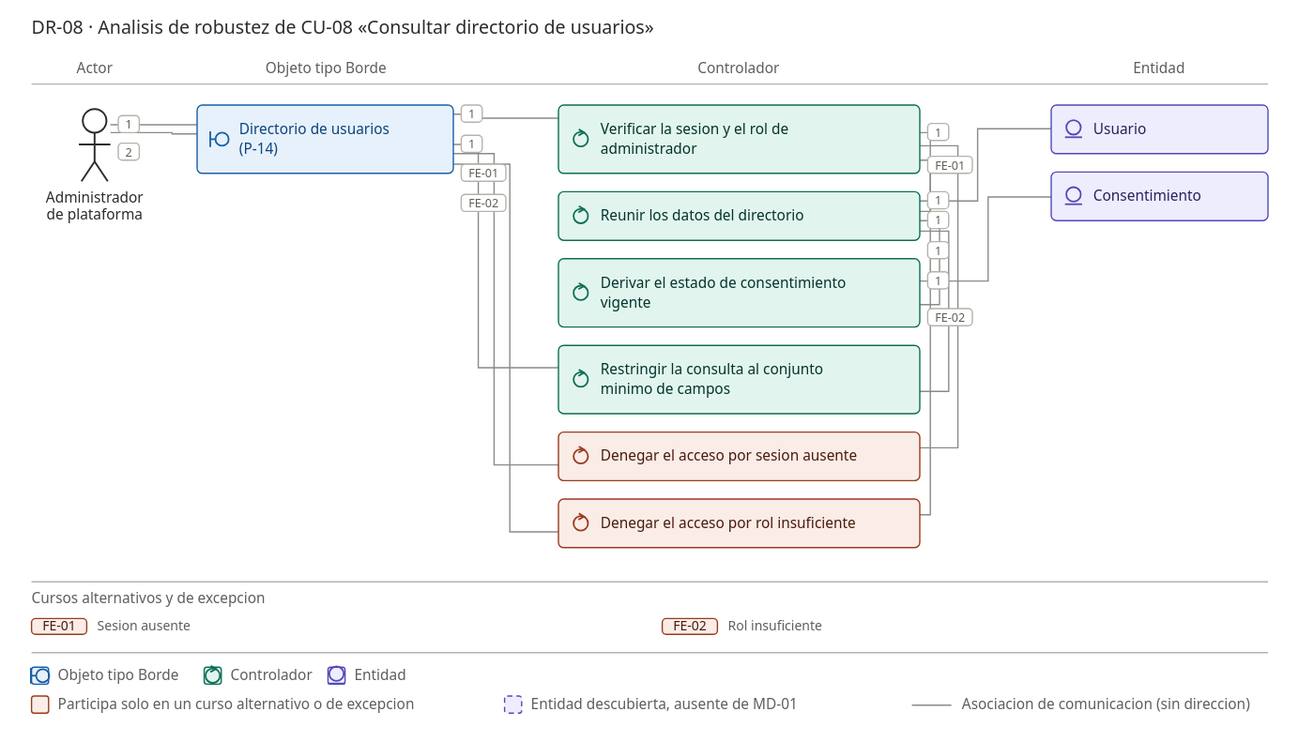
Before: docs/07_casos_uso/robustez/DR-08_robustez_consultar_directorio.svg, a diagram exported from PlantUML (jonatan8254/alan-aura-academico). Its source is kept beside it as docs/07_casos_uso/robustez/DR-08_robustez_consultar_directorio.puml. Source of this version:
```plantuml
@startuml
left to right direction
skinparam linetype ortho
skinparam shadowing false

actor "Administrador de plataforma" as ACT_Administrador

boundary "Directorio de usuarios (P-14)" as B_DirectorioDeUsuarios

control "Verificar la sesion y el rol de administrador" as C_VerificarSesionYRol
control "Reunir los datos del directorio" as C_ReunirDatosDelDirectorio
control "Derivar el estado de consentimiento vigente" as C_DerivarEstadoConsentimiento
control "Restringir la consulta al conjunto minimo de campos" as C_RestringirAlConjuntoMinimo
control "Denegar el acceso por sesion ausente" as C_DenegarPorSesionAusente #LightCoral
control "Denegar el acceso por rol insuficiente" as C_DenegarPorRol #LightCoral

entity "Usuario" as E_Usuario
entity "Consentimiento" as E_Consentimiento

ACT_Administrador -- B_DirectorioDeUsuarios : 1 abre la vista de directorio en el panel administrativo
ACT_Administrador -- B_DirectorioDeUsuarios : 2 revisa la lista del directorio
B_DirectorioDeUsuarios -- C_VerificarSesionYRol : 1 solicita el directorio
C_VerificarSesionYRol -- C_ReunirDatosDelDirectorio : 1 sesion con rol de administrador validado en servidor
C_ReunirDatosDelDirectorio -- E_Usuario : 1 lee alias, identificador truncado, fecha de registro y onboarding
C_ReunirDatosDelDirectorio -- C_DerivarEstadoConsentimiento : 1 calcula activo o sin consentimiento vigente
C_DerivarEstadoConsentimiento -- E_Consentimiento : 1 deriva el estado del registro de consentimiento
C_ReunirDatosDelDirectorio -- C_RestringirAlConjuntoMinimo : 1 aplica el conjunto minimo de RN-03.2
C_RestringirAlConjuntoMinimo -- B_DirectorioDeUsuarios : 1 muestra el directorio minimo y excluye username completo, encuesta, capsula, mensajes y personaje
C_VerificarSesionYRol -- C_DenegarPorSesionAusente : FE-01 sesion ausente
C_DenegarPorSesionAusente -- B_DirectorioDeUsuarios : FE-01 no muestra el directorio
C_VerificarSesionYRol -- C_DenegarPorRol : FE-02 autenticado pero sin rol de administrador
C_DenegarPorRol -- B_DirectorioDeUsuarios : FE-02 no muestra el directorio

legend right
  <b>Convencion de color</b>
  #LightCoral = objeto que participa solo en un curso alternativo (FA) o de excepcion (FE)
endlegend

note as N_DR08
  <b>CU-08 - Consultar directorio de usuarios</b> (ECU-08) - actor: Administrador de plataforma
  PRE-01 el Administrador tiene sesion con rol=admin validado en servidor, obtenida por el
  acceso separado de administracion (CU-03).

  <b>Flujo basico</b>
  1. El Administrador abre la vista de directorio en el panel administrativo. El sistema
     muestra el directorio minimo: alias, ID truncado, fecha de registro, estado en
     {activo, sin consentimiento vigente} (derivado del Consentimiento) y si completo el
     onboarding.
  2. El Administrador revisa la lista del directorio. El sistema mantiene ocultos el username
     completo, las respuestas de encuesta, la CapsulaDePerfil, los Mensajes y el personaje
     elegido.

  <b>Cursos alternativos</b>
  No aplica: vista unica en el MVP. El directorio no pagina ni filtra (una sola vista, sin
  variantes). La especificacion declara cero cursos alternativos.

  <b>Cursos de excepcion</b>
  FE-01 Sesion ausente: quien intenta abrir el directorio no esta autenticado; 401; no
        muestra el directorio.
  FE-02 Rol insuficiente: autenticado pero sin rol=admin; 403; no muestra el directorio.

  <b>Postcondicion</b> El Administrador ve la lista con campos minimos; no se expone
  contenido individual.
  <b>Reglas</b> RN-03.1, RN-03.2, RN-03.5, PRIV-R10, RNF-08.
  <b>Traza</b> RF-15 -> OBJ-6. <b>Pantalla</b> P-14.

  <b>Notas de modelado</b>
  - <b>La prohibicion del paso 2 se dibuja en positivo:</b> RN-03.2 esta formulada como
    "el directorio muestra unicamente...", de modo que recortar el conjunto de campos es
    comportamiento real del sistema (una proyeccion), no una no-accion. La etiqueta de
    salida restituye literalmente la exclusion del texto.
  - <b>Alias de nomenclatura:</b> ECU-08 y PER-01 escriben `ConsentRecord` (nombre de
    persistencia del plan §4.14); aqui se usa `Consentimiento`, que es el termino de MD-01.
    Son el mismo concepto. Discrepancia reportada para unificar en la ECU.
  - Las ramas FE-01/FE-02 retornan a P-14 porque DIS-00 §2 declara 401 y 403 entre los
    estados clave de esa pantalla: el Borde representa la pantalla, no el contenido servido.
  - Sin cursos alternativos: la ausencia es fiel al texto, que la declara explicitamente.
end note

@enduml
```
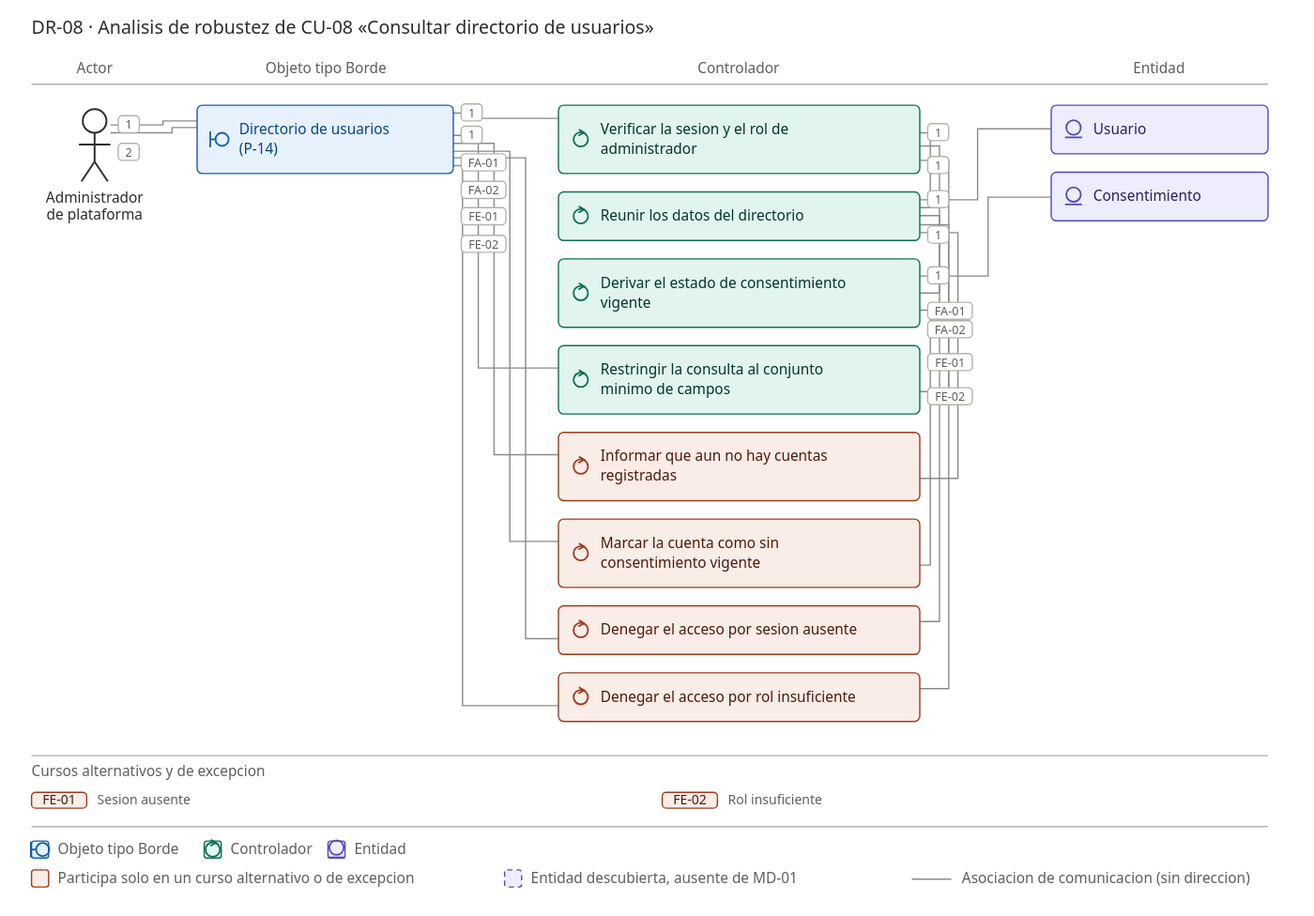
After the change.

Diff of the diagram source:
```diff
@@ -11,6 +11,8 @@
 control "Reunir los datos del directorio" as C_ReunirDatosDelDirectorio
 control "Derivar el estado de consentimiento vigente" as C_DerivarEstadoConsentimiento
 control "Restringir la consulta al conjunto minimo de campos" as C_RestringirAlConjuntoMinimo
+control "Informar que aun no hay cuentas registradas" as C_InformarDirectorioVacio #LightCoral
+control "Marcar la cuenta como sin consentimiento vigente" as C_MarcarSinConsentimiento #LightCoral
 control "Denegar el acceso por sesion ausente" as C_DenegarPorSesionAusente #LightCoral
 control "Denegar el acceso por rol insuficiente" as C_DenegarPorRol #LightCoral
 
@@ -26,10 +28,14 @@
 C_DerivarEstadoConsentimiento -- E_Consentimiento : 1 deriva el estado del registro de consentimiento
 C_ReunirDatosDelDirectorio -- C_RestringirAlConjuntoMinimo : 1 aplica el conjunto minimo de RN-03.2
 C_RestringirAlConjuntoMinimo -- B_DirectorioDeUsuarios : 1 muestra el directorio minimo y excluye username completo, encuesta, capsula, mensajes y personaje
+C_ReunirDatosDelDirectorio -- C_InformarDirectorioVacio : FA-01 no hay ninguna cuenta registrada
+C_InformarDirectorioVacio -- B_DirectorioDeUsuarios : FA-01 finaliza mostrando el directorio vacio, sin error
+C_DerivarEstadoConsentimiento -- C_MarcarSinConsentimiento : FA-02 la cuenta no tiene consentimiento vigente
+C_MarcarSinConsentimiento -- B_DirectorioDeUsuarios : FA-02 continua; la fila se muestra con ese estado, sin excluirla
 C_VerificarSesionYRol -- C_DenegarPorSesionAusente : FE-01 sesion ausente
-C_DenegarPorSesionAusente -- B_DirectorioDeUsuarios : FE-01 no muestra el directorio
+C_DenegarPorSesionAusente -- B_DirectorioDeUsuarios : FE-01 termina; 401 y no muestra el directorio
 C_VerificarSesionYRol -- C_DenegarPorRol : FE-02 autenticado pero sin rol de administrador
-C_DenegarPorRol -- B_DirectorioDeUsuarios : FE-02 no muestra el directorio
+C_DenegarPorRol -- B_DirectorioDeUsuarios : FE-02 termina; 403 y no muestra el directorio
 
 legend right
   <b>Convencion de color</b>
```
